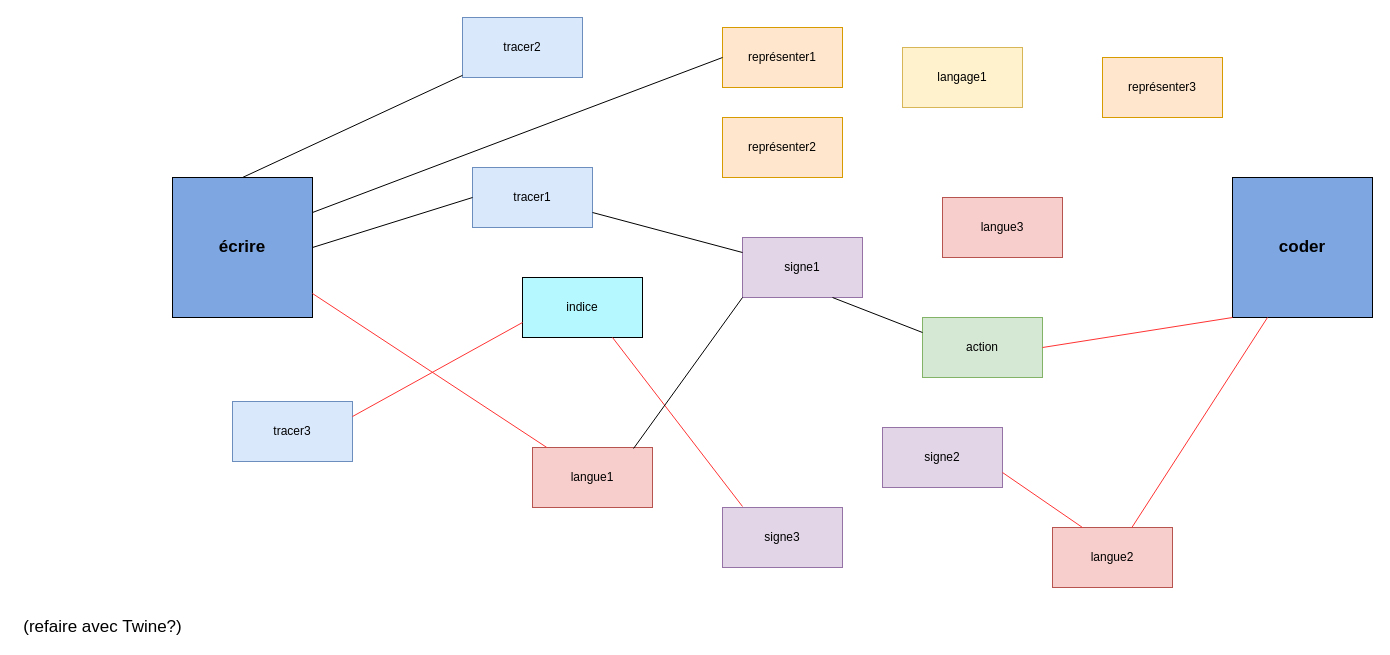
babelhead/EcrireCoder keeps this draw.io diagram as carte hypertexte ecrirecoder.drawio. Above is the earlier version. Source tidied: cells renumbered, new cells numbered last; positions are measured from the earlier drawing's top-left corner, leaving out a move shared by most shapes. Both pictures are drawn from the tidied source at 100%, with x=0, y=0 at pixel (17, 17).
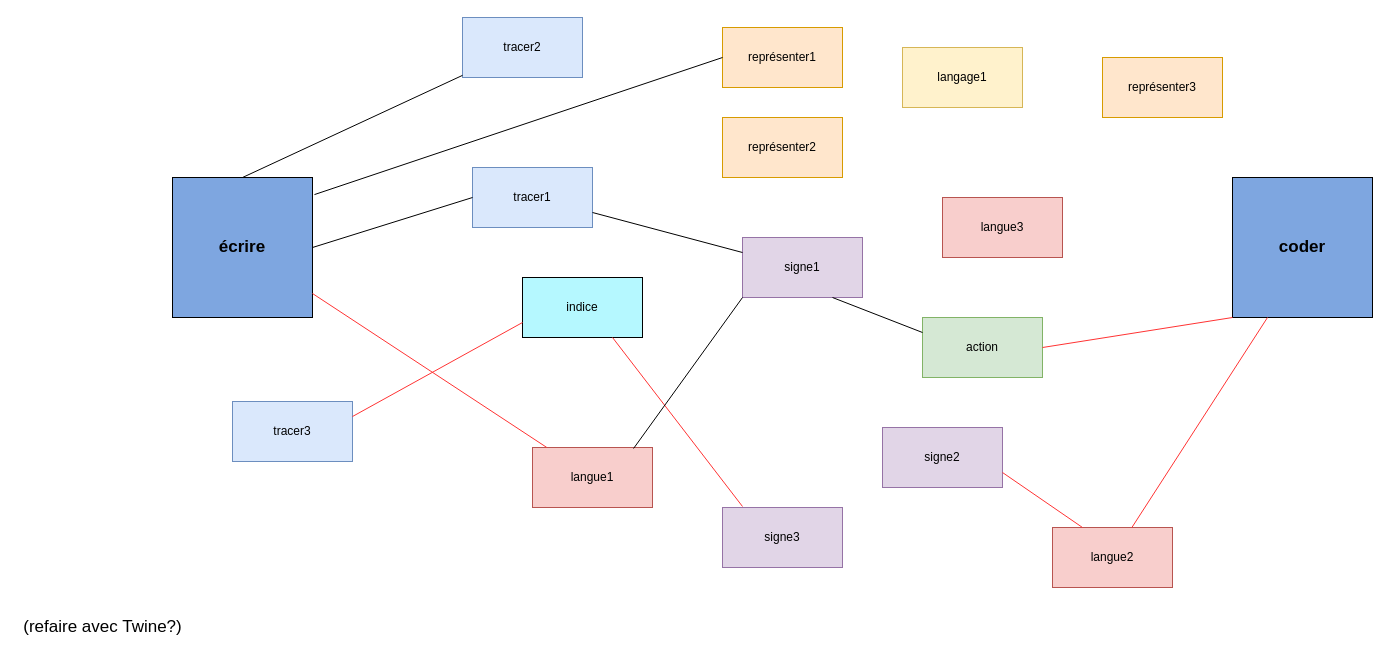
Above is the later version.

Unchanged cells that the change refers to:
```xml
<mxCell id="2" value="&lt;b&gt;&lt;font style=&quot;font-size: 17px&quot;&gt;écrire&lt;/font&gt;&lt;/b&gt;" style="whiteSpace=wrap;html=1;fillColor=#7EA6E0;" parent="1" vertex="1">
  <mxGeometry x="155" y="160" width="140" height="140" as="geometry" />
</mxCell>
<mxCell id="5" value="représenter1" style="rounded=0;whiteSpace=wrap;html=1;fillColor=#ffe6cc;strokeColor=#d79b00;" parent="1" vertex="1">
  <mxGeometry x="705" y="10" width="120" height="60" as="geometry" />
</mxCell>
```

What changed in the source:
```diff
@@
-    <mxCell id="21" style="endArrow=none;html=1;exitX=1;exitY=0.25;exitDx=0;exitDy=0;entryX=0;entryY=0.5;entryDx=0;entryDy=0;" parent="1" edge="1" source="2" target="5">
+    <mxCell id="21" style="endArrow=none;html=1;exitX=1.014;exitY=0.122;exitDx=0;exitDy=0;entryX=0;entryY=0.5;entryDx=0;entryDy=0;exitPerimeter=0;" parent="1" edge="1" source="2" target="5">
       <mxGeometry relative="1" as="geometry" />
     </mxCell>
```
